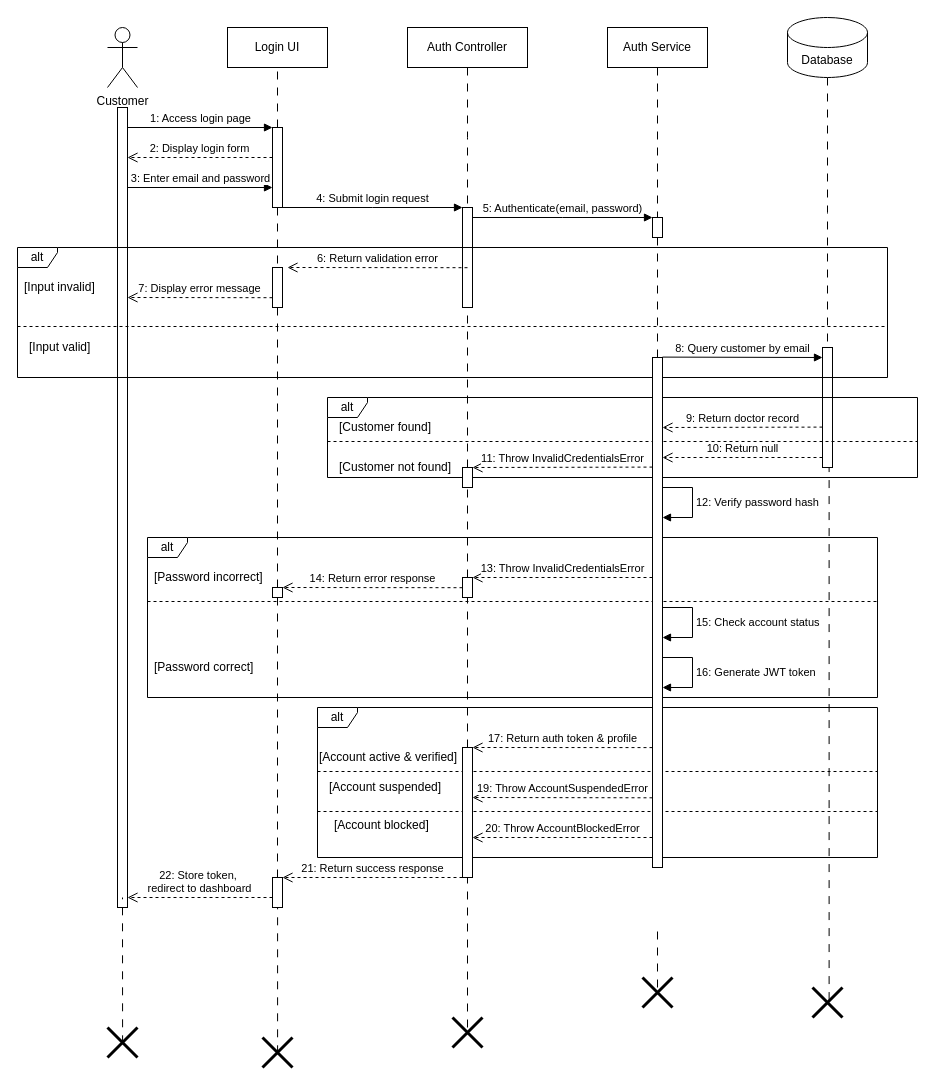
The draw.io diagram InProgress/Sequence Diagram/Admin/login/login-Diagram.drawio in shah541-g/Fyp-Diagrams, before the edit. Source tidied: cells renumbered, new cells numbered last; positions are measured from the earlier drawing's top-left corner, leaving out a move shared by most shapes. Both pictures are drawn from the tidied source at 100%, with x=0, y=0 at pixel (17, 17).
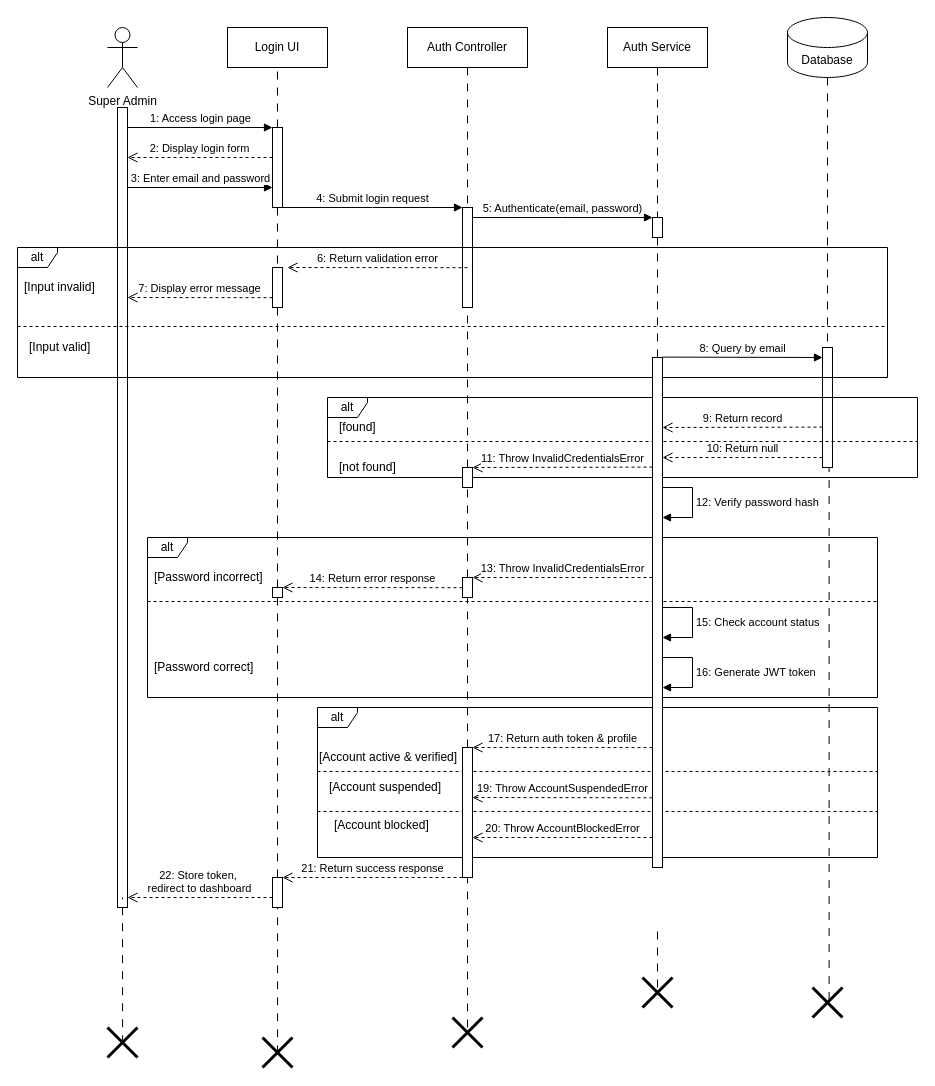
The same page after the edit.

Diff of the diagram source:
```diff
@@
-    <mxCell id="2" value="Customer" style="shape=umlActor;verticalLabelPosition=bottom;verticalAlign=top;html=1;" parent="1" vertex="1">
+    <mxCell id="2" value="Super Admin" style="shape=umlActor;verticalLabelPosition=bottom;verticalAlign=top;html=1;" parent="1" vertex="1">
       <mxGeometry x="90" y="10" width="30" height="60" as="geometry" />
     </mxCell>
@@
-    <mxCell id="26" value="8: Query customer by email" style="html=1;verticalAlign=bottom;endArrow=block;edgeStyle=elbowEdgeStyle;elbow=vertical;curved=0;rounded=0;" parent="1" edge="1">
+    <mxCell id="26" value="8: Query by email" style="html=1;verticalAlign=bottom;endArrow=block;edgeStyle=elbowEdgeStyle;elbow=vertical;curved=0;rounded=0;" parent="1" edge="1">
       <mxGeometry relative="1" as="geometry">
         <mxPoint x="645" y="339.6" as="sourcePoint" />
         <mxPoint x="805" y="339.6" as="targetPoint" />
       </mxGeometry>
     </mxCell>
@@
-    <mxCell id="28" value="[Customer found]" style="text;html=1;align=left;verticalAlign=middle;strokeColor=none;fillColor=none;" parent="1" vertex="1">
-      <mxGeometry x="320" y="395" width="120" height="30" as="geometry" />
+    <mxCell id="28" value="[found]" style="text;html=1;align=left;verticalAlign=middle;strokeColor=none;fillColor=none;" parent="1" vertex="1">
+      <mxGeometry x="320" y="395" width="60" height="30" as="geometry" />
     </mxCell>
-    <mxCell id="29" value="9: Return doctor record" style="html=1;verticalAlign=bottom;endArrow=open;dashed=1;endSize=8;edgeStyle=elbowEdgeStyle;elbow=vertical;curved=0;rounded=0;" parent="1" edge="1">
+    <mxCell id="29" value="9: Return record" style="html=1;verticalAlign=bottom;endArrow=open;dashed=1;endSize=8;edgeStyle=elbowEdgeStyle;elbow=vertical;curved=0;rounded=0;" parent="1" edge="1">
       <mxGeometry relative="1" as="geometry">
         <mxPoint x="805" y="409.6" as="sourcePoint" />
         <mxPoint x="645" y="409.6" as="targetPoint" />
       </mxGeometry>
     </mxCell>
@@
-    <mxCell id="31" value="[Customer not found]" style="text;html=1;align=left;verticalAlign=middle;strokeColor=none;fillColor=none;" parent="1" vertex="1">
-      <mxGeometry x="320" y="435" width="140" height="30" as="geometry" />
+    <mxCell id="31" value="[not found]" style="text;html=1;align=left;verticalAlign=middle;strokeColor=none;fillColor=none;" parent="1" vertex="1">
+      <mxGeometry x="320" y="435" width="80" height="30" as="geometry" />
     </mxCell>
```
